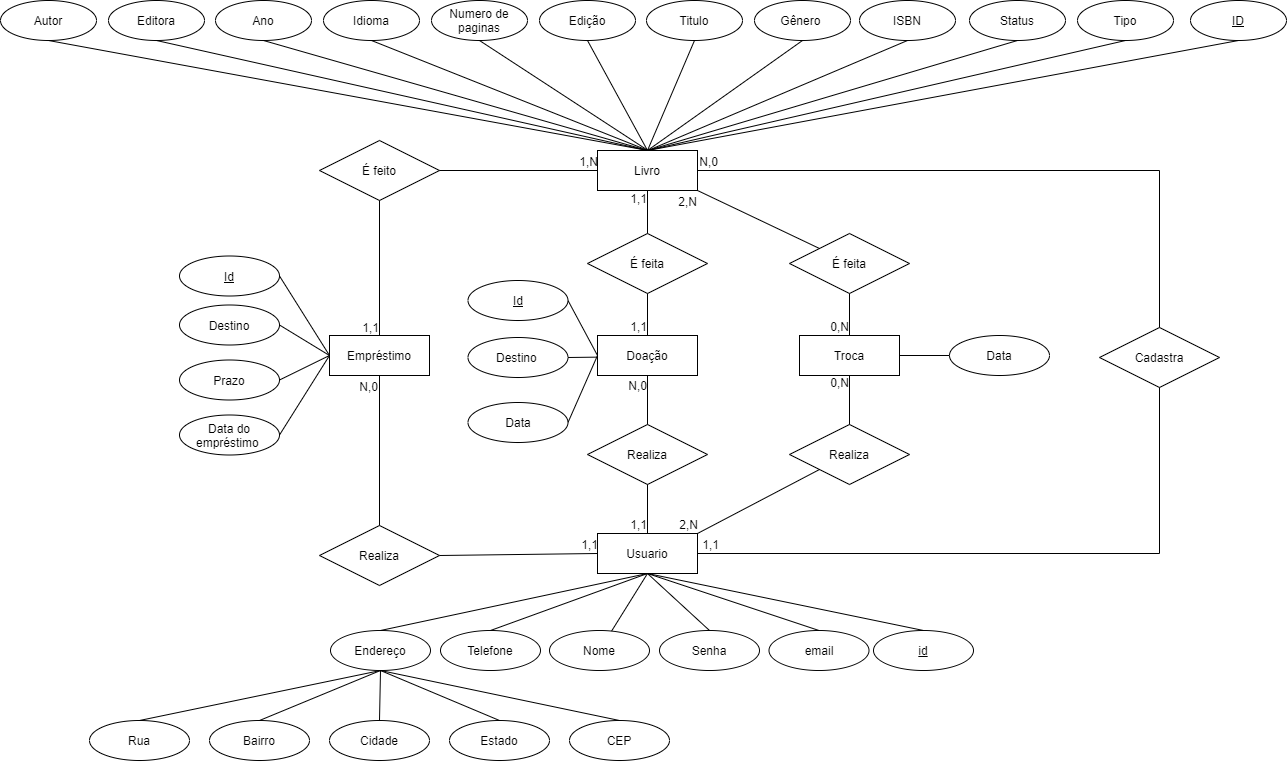
Earlier version of the draw.io export Artefatos/DER WEBOOK.png (RafaelDuarteP/webook). Source tidied: cells renumbered, new cells last; positions are measured from the earlier drawing's top-left corner, leaving out a move shared by most shapes.
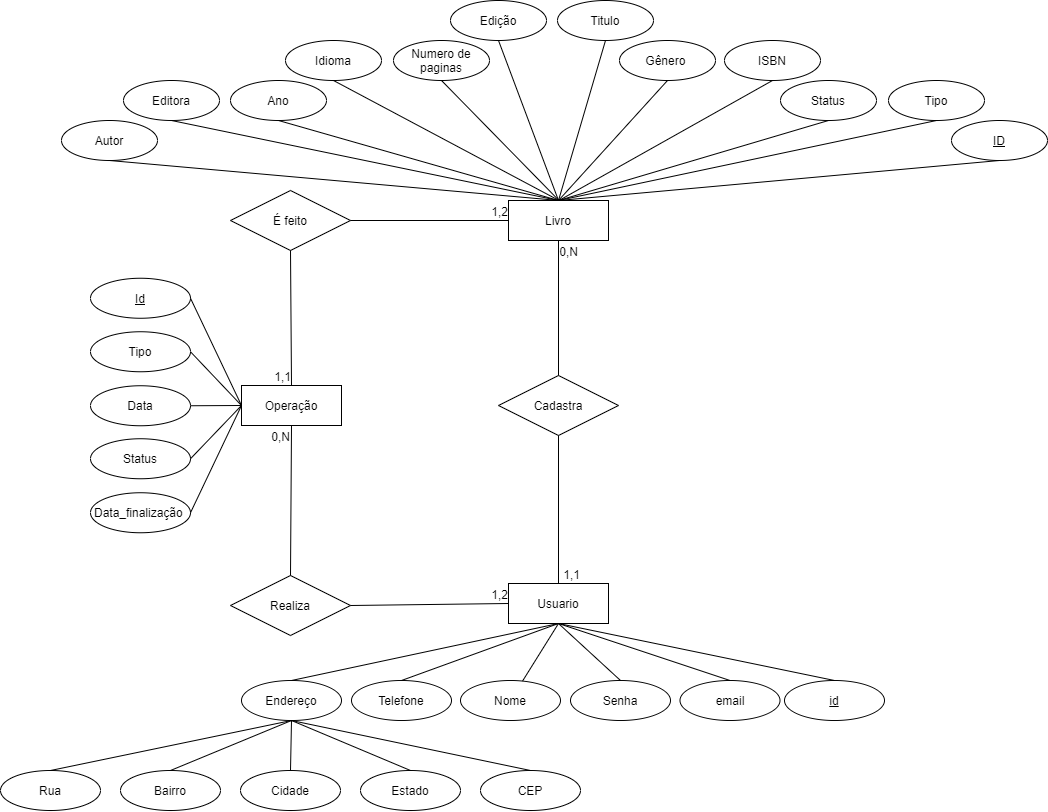
Later version of the same file.

Commit message:
Atualização do DER e do detalhamento das atividades

What changed in the source:
```diff
@@ -5,21 +5,21 @@
     <mxCell id="2" value="Livro" style="whiteSpace=wrap;html=1;align=center;" parent="1" vertex="1">
-      <mxGeometry x="597" y="150" width="100" height="40" as="geometry" />
+      <mxGeometry x="517" y="175" width="100" height="40" as="geometry" />
     </mxCell>
     <mxCell id="3" value="Usuario" style="whiteSpace=wrap;html=1;align=center;" parent="1" vertex="1">
-      <mxGeometry x="597" y="533" width="100" height="40" as="geometry" />
+      <mxGeometry x="517" y="558" width="100" height="40" as="geometry" />
     </mxCell>
     <mxCell id="4" value="Titulo" style="ellipse;whiteSpace=wrap;html=1;align=center;" parent="1" vertex="1">
-      <mxGeometry x="646" width="96" height="40" as="geometry" />
+      <mxGeometry x="566" y="-25" width="96" height="40" as="geometry" />
     </mxCell>
     <mxCell id="5" value="Autor" style="ellipse;whiteSpace=wrap;html=1;align=center;" parent="1" vertex="1">
-      <mxGeometry width="96" height="40" as="geometry" />
+      <mxGeometry x="70" y="95" width="96" height="40" as="geometry" />
     </mxCell>
     <mxCell id="6" value="Editora" style="ellipse;whiteSpace=wrap;html=1;align=center;" parent="1" vertex="1">
-      <mxGeometry x="108" width="96" height="40" as="geometry" />
+      <mxGeometry x="132" y="55" width="96" height="40" as="geometry" />
     </mxCell>
     <mxCell id="7" value="Ano" style="ellipse;whiteSpace=wrap;html=1;align=center;" parent="1" vertex="1">
-      <mxGeometry x="215" width="96" height="40" as="geometry" />
+      <mxGeometry x="239" y="55" width="96" height="40" as="geometry" />
     </mxCell>
     <mxCell id="8" value="Tipo" style="ellipse;whiteSpace=wrap;html=1;align=center;" parent="1" vertex="1">
-      <mxGeometry x="1077" width="96" height="40" as="geometry" />
+      <mxGeometry x="897" y="55" width="96" height="40" as="geometry" />
     </mxCell>
@@ -36,3 +36,3 @@
       <mxGeometry relative="1" as="geometry">
-        <mxPoint x="647.5" y="150" as="sourcePoint" />
+        <mxPoint x="567.5" y="175" as="sourcePoint" />
       </mxGeometry>
@@ -43,3 +43,3 @@
     <mxCell id="14" value="Status" style="ellipse;whiteSpace=wrap;html=1;align=center;" parent="1" vertex="1">
-      <mxGeometry x="969" width="96" height="40" as="geometry" />
+      <mxGeometry x="789" y="55" width="96" height="40" as="geometry" />
     </mxCell>
@@ -49,12 +49,12 @@
     <mxCell id="16" value="Nome" style="ellipse;whiteSpace=wrap;html=1;align=center;flipH=1;flipV=1;" parent="1" vertex="1">
-      <mxGeometry x="549" y="630" width="100" height="40" as="geometry" />
+      <mxGeometry x="469" y="655" width="100" height="40" as="geometry" />
     </mxCell>
     <mxCell id="17" value="Endereço" style="ellipse;whiteSpace=wrap;html=1;align=center;flipH=1;flipV=1;" parent="1" vertex="1">
-      <mxGeometry x="330" y="630" width="100" height="40" as="geometry" />
+      <mxGeometry x="250" y="655" width="100" height="40" as="geometry" />
     </mxCell>
     <mxCell id="18" value="Telefone" style="ellipse;whiteSpace=wrap;html=1;align=center;flipH=1;flipV=1;" parent="1" vertex="1">
-      <mxGeometry x="440" y="630" width="100" height="40" as="geometry" />
+      <mxGeometry x="360" y="655" width="100" height="40" as="geometry" />
     </mxCell>
     <mxCell id="19" value="Senha" style="ellipse;whiteSpace=wrap;html=1;align=center;flipH=1;flipV=1;" parent="1" vertex="1">
-      <mxGeometry x="659" y="630" width="100" height="40" as="geometry" />
+      <mxGeometry x="579" y="655" width="100" height="40" as="geometry" />
     </mxCell>
@@ -73,12 +73,12 @@
     <mxCell id="24" value="Idioma&lt;br&gt;" style="ellipse;whiteSpace=wrap;html=1;align=center;" parent="1" vertex="1">
-      <mxGeometry x="323" width="96" height="40" as="geometry" />
+      <mxGeometry x="294" y="15" width="96" height="40" as="geometry" />
     </mxCell>
     <mxCell id="25" value="Gênero&amp;nbsp;" style="ellipse;whiteSpace=wrap;html=1;align=center;" parent="1" vertex="1">
-      <mxGeometry x="754" width="96" height="40" as="geometry" />
+      <mxGeometry x="628" y="15" width="96" height="40" as="geometry" />
     </mxCell>
     <mxCell id="26" value="Edição" style="ellipse;whiteSpace=wrap;html=1;align=center;" parent="1" vertex="1">
-      <mxGeometry x="539" width="96" height="40" as="geometry" />
+      <mxGeometry x="459" y="-25" width="96" height="40" as="geometry" />
     </mxCell>
     <mxCell id="27" value="Numero de paginas" style="ellipse;whiteSpace=wrap;html=1;align=center;" parent="1" vertex="1">
-      <mxGeometry x="431" width="96" height="40" as="geometry" />
+      <mxGeometry x="402" y="15" width="96" height="40" as="geometry" />
     </mxCell>
@@ -86,3 +86,3 @@
       <mxGeometry relative="1" as="geometry">
-        <mxPoint x="647.5" y="150" as="sourcePoint" />
+        <mxPoint x="567.5" y="175" as="sourcePoint" />
       </mxGeometry>
@@ -91,3 +91,3 @@
       <mxGeometry relative="1" as="geometry">
-        <mxPoint x="647.5" y="150" as="sourcePoint" />
+        <mxPoint x="567.5" y="175" as="sourcePoint" />
       </mxGeometry>
@@ -102,3 +102,3 @@
       <mxGeometry relative="1" as="geometry">
-        <mxPoint x="647.5" y="150" as="sourcePoint" />
+        <mxPoint x="567.5" y="175" as="sourcePoint" />
       </mxGeometry>
@@ -106,22 +106,14 @@
     <mxCell id="33" value="Cadastra" style="shape=rhombus;perimeter=rhombusPerimeter;whiteSpace=wrap;html=1;align=center;" parent="1" vertex="1">
-      <mxGeometry x="1099" y="327" width="120" height="60" as="geometry" />
+      <mxGeometry x="507" y="350" width="120" height="60" as="geometry" />
     </mxCell>
-    <mxCell id="34" style="endArrow=none;html=1;rounded=0;exitX=0.5;exitY=0;exitDx=0;exitDy=0;entryX=1;entryY=0.5;entryDx=0;entryDy=0;" parent="1" edge="1" source="33" target="2">
-      <mxGeometry relative="1" as="geometry">
-        <Array as="points">
-          <mxPoint x="1159" y="170" />
-        </Array>
-      </mxGeometry>
+    <mxCell id="34" style="endArrow=none;html=1;rounded=0;exitX=0.5;exitY=0;exitDx=0;exitDy=0;entryX=0.5;entryY=1;entryDx=0;entryDy=0;" parent="1" edge="1" source="33" target="2">
+      <mxGeometry relative="1" as="geometry" />
     </mxCell>
-    <mxCell id="35" value="N,0" style="html=1;align=right;verticalAlign=bottom;" parent="34" vertex="1">
+    <mxCell id="35" value="0,N" style="html=1;align=right;verticalAlign=bottom;" parent="34" vertex="1">
       <mxGeometry x="1" relative="1" as="geometry">
-        <mxPoint x="20" as="offset" />
+        <mxPoint x="20" y="20" as="offset" />
       </mxGeometry>
     </mxCell>
-    <mxCell id="36" style="endArrow=none;html=1;rounded=0;exitX=0.5;exitY=1;exitDx=0;exitDy=0;entryX=1;entryY=0.5;entryDx=0;entryDy=0;" parent="1" edge="1" source="33" target="3">
-      <mxGeometry relative="1" as="geometry">
-        <Array as="points">
-          <mxPoint x="1159" y="553" />
-        </Array>
-      </mxGeometry>
+    <mxCell id="36" style="endArrow=none;html=1;rounded=0;exitX=0.5;exitY=1;exitDx=0;exitDy=0;entryX=0.5;entryY=0;entryDx=0;entryDy=0;" parent="1" edge="1" source="33" target="3">
+      <mxGeometry relative="1" as="geometry" />
     </mxCell>
@@ -133,3 +125,3 @@
     <mxCell id="38" value="email" style="ellipse;whiteSpace=wrap;html=1;align=center;flipH=1;flipV=1;" parent="1" vertex="1">
-      <mxGeometry x="768.5" y="630" width="100" height="40" as="geometry" />
+      <mxGeometry x="688.5" y="655" width="100" height="40" as="geometry" />
     </mxCell>
@@ -138,37 +130,7 @@
     </mxCell>
-    <mxCell id="40" value="Data" style="ellipse;whiteSpace=wrap;html=1;align=center;" parent="1" vertex="1">
-      <mxGeometry x="467.5" y="402" width="100" height="40" as="geometry" />
-    </mxCell>
-    <mxCell id="41" value="Destino&amp;nbsp;" style="ellipse;whiteSpace=wrap;html=1;align=center;" parent="1" vertex="1">
-      <mxGeometry x="467.5" y="337" width="100" height="40" as="geometry" />
-    </mxCell>
-    <mxCell id="42" value="Data do empréstimo&amp;nbsp;" style="ellipse;whiteSpace=wrap;html=1;align=center;" parent="1" vertex="1">
-      <mxGeometry x="179" y="414.5" width="100" height="40" as="geometry" />
-    </mxCell>
-    <mxCell id="43" value="Prazo" style="ellipse;whiteSpace=wrap;html=1;align=center;" parent="1" vertex="1">
-      <mxGeometry x="179" y="359.5" width="100" height="40" as="geometry" />
-    </mxCell>
-    <mxCell id="44" value="Destino" style="ellipse;whiteSpace=wrap;html=1;align=center;" parent="1" vertex="1">
-      <mxGeometry x="179" y="304.5" width="100" height="40" as="geometry" />
-    </mxCell>
-    <mxCell id="45" style="endArrow=none;html=1;exitX=0;exitY=0.5;exitDx=0;exitDy=0;entryX=1;entryY=0.5;entryDx=0;entryDy=0;" parent="1" edge="1" source="61" target="40">
-      <mxGeometry relative="1" as="geometry" />
-    </mxCell>
-    <mxCell id="46" style="endArrow=none;html=1;entryX=1;entryY=0.5;entryDx=0;entryDy=0;exitX=-0.003;exitY=0.541;exitDx=0;exitDy=0;exitPerimeter=0;" parent="1" edge="1" source="61" target="41">
-      <mxGeometry relative="1" as="geometry" />
-    </mxCell>
-    <mxCell id="47" style="endArrow=none;html=1;entryX=1;entryY=0.5;entryDx=0;entryDy=0;exitX=0;exitY=0.5;exitDx=0;exitDy=0;" parent="1" edge="1" source="50" target="43">
-      <mxGeometry relative="1" as="geometry" />
-    </mxCell>
-    <mxCell id="48" style="endArrow=none;html=1;entryX=1;entryY=0.5;entryDx=0;entryDy=0;exitX=0;exitY=0.5;exitDx=0;exitDy=0;" parent="1" edge="1" source="50" target="44">
-      <mxGeometry relative="1" as="geometry" />
-    </mxCell>
-    <mxCell id="49" style="endArrow=none;html=1;entryX=1;entryY=0.5;entryDx=0;entryDy=0;exitX=0;exitY=0.5;exitDx=0;exitDy=0;" parent="1" edge="1" source="50" target="42">
-      <mxGeometry relative="1" as="geometry" />
-    </mxCell>
-    <mxCell id="50" value="Empréstimo" style="whiteSpace=wrap;html=1;align=center;" parent="1" vertex="1">
-      <mxGeometry x="329" y="335" width="100" height="40" as="geometry" />
+    <mxCell id="50" value="Operação" style="whiteSpace=wrap;html=1;align=center;" parent="1" vertex="1">
+      <mxGeometry x="250" y="360" width="100" height="40" as="geometry" />
     </mxCell>
     <mxCell id="51" value="Realiza" style="shape=rhombus;perimeter=rhombusPerimeter;whiteSpace=wrap;html=1;align=center;" parent="1" vertex="1">
-      <mxGeometry x="319" y="525" width="120" height="60" as="geometry" />
+      <mxGeometry x="239" y="550" width="120" height="60" as="geometry" />
     </mxCell>
@@ -177,3 +139,3 @@
     </mxCell>
-    <mxCell id="53" value="N,0" style="html=1;align=right;verticalAlign=bottom;" parent="52" vertex="1">
+    <mxCell id="53" value="0,N" style="html=1;align=right;verticalAlign=bottom;" parent="52" vertex="1">
       <mxGeometry x="1" relative="1" as="geometry">
@@ -185,3 +147,3 @@
     </mxCell>
-    <mxCell id="55" value="1,1" style="html=1;align=right;verticalAlign=bottom;" parent="54" vertex="1">
+    <mxCell id="55" value="1,2" style="html=1;align=right;verticalAlign=bottom;" parent="54" vertex="1">
       <mxGeometry x="1" relative="1" as="geometry" />
@@ -189,3 +151,3 @@
     <mxCell id="56" value="É feito" style="shape=rhombus;perimeter=rhombusPerimeter;whiteSpace=wrap;html=1;align=center;" parent="1" vertex="1">
-      <mxGeometry x="319" y="140" width="120" height="60" as="geometry" />
+      <mxGeometry x="239" y="165" width="120" height="60" as="geometry" />
     </mxCell>
@@ -194,3 +156,3 @@
     </mxCell>
-    <mxCell id="58" value="1,N" style="html=1;align=right;verticalAlign=bottom;" parent="57" vertex="1">
+    <mxCell id="58" value="1,2" style="html=1;align=right;verticalAlign=bottom;" parent="57" vertex="1">
       <mxGeometry x="1" relative="1" as="geometry" />
@@ -203,56 +165,19 @@
     </mxCell>
-    <mxCell id="61" value="Doação" style="whiteSpace=wrap;html=1;align=center;" parent="1" vertex="1">
-      <mxGeometry x="597" y="335" width="100" height="40" as="geometry" />
-    </mxCell>
-    <mxCell id="62" value="Realiza" style="shape=rhombus;perimeter=rhombusPerimeter;whiteSpace=wrap;html=1;align=center;" parent="1" vertex="1">
-      <mxGeometry x="587" y="424" width="120" height="60" as="geometry" />
-    </mxCell>
-    <mxCell id="63" style="endArrow=none;html=1;rounded=0;exitX=0.5;exitY=1;exitDx=0;exitDy=0;entryX=0.5;entryY=0;entryDx=0;entryDy=0;" parent="1" edge="1" source="62" target="3">
-      <mxGeometry relative="1" as="geometry" />
-    </mxCell>
-    <mxCell id="64" value="1,1" style="html=1;align=right;verticalAlign=bottom;" parent="63" vertex="1">
-      <mxGeometry x="1" relative="1" as="geometry" />
-    </mxCell>
-    <mxCell id="65" style="endArrow=none;html=1;rounded=0;entryX=0.5;entryY=1;entryDx=0;entryDy=0;exitX=0.5;exitY=0;exitDx=0;exitDy=0;" parent="1" edge="1" source="62" target="61">
-      <mxGeometry relative="1" as="geometry" />
-    </mxCell>
-    <mxCell id="66" value="N,0" style="html=1;align=right;verticalAlign=bottom;" parent="65" vertex="1">
-      <mxGeometry x="1" relative="1" as="geometry">
-        <mxPoint y="18" as="offset" />
-      </mxGeometry>
-    </mxCell>
-    <mxCell id="67" value="É feita" style="shape=rhombus;perimeter=rhombusPerimeter;whiteSpace=wrap;html=1;align=center;" parent="1" vertex="1">
-      <mxGeometry x="587" y="233" width="120" height="60" as="geometry" />
-    </mxCell>
-    <mxCell id="68" style="endArrow=none;html=1;rounded=0;exitX=0.5;exitY=0;exitDx=0;exitDy=0;entryX=0.5;entryY=1;entryDx=0;entryDy=0;" parent="1" edge="1" source="67" target="2">
-      <mxGeometry relative="1" as="geometry" />
-    </mxCell>
-    <mxCell id="69" value="1,1" style="html=1;align=right;verticalAlign=bottom;" parent="68" vertex="1">
-      <mxGeometry x="1" relative="1" as="geometry">
-        <mxPoint y="16" as="offset" />
-      </mxGeometry>
-    </mxCell>
-    <mxCell id="70" style="endArrow=none;html=1;rounded=0;exitX=0.5;exitY=1;exitDx=0;exitDy=0;entryX=0.5;entryY=0;entryDx=0;entryDy=0;" parent="1" edge="1" source="67" target="61">
-      <mxGeometry relative="1" as="geometry" />
-    </mxCell>
-    <mxCell id="71" value="1,1" style="html=1;align=right;verticalAlign=bottom;" parent="70" vertex="1">
-      <mxGeometry x="1" relative="1" as="geometry" />
-    </mxCell>
     <mxCell id="72" value="&lt;u&gt;id&lt;/u&gt;" style="ellipse;whiteSpace=wrap;html=1;align=center;flipH=1;flipV=1;" parent="1" vertex="1">
-      <mxGeometry x="873" y="630" width="100" height="40" as="geometry" />
+      <mxGeometry x="793" y="655" width="100" height="40" as="geometry" />
     </mxCell>
     <mxCell id="73" value="Rua" style="ellipse;whiteSpace=wrap;html=1;align=center;" parent="1" vertex="1">
-      <mxGeometry x="89" y="720" width="100" height="40" as="geometry" />
+      <mxGeometry x="9" y="745" width="100" height="40" as="geometry" />
     </mxCell>
     <mxCell id="74" value="Bairro" style="ellipse;whiteSpace=wrap;html=1;align=center;" parent="1" vertex="1">
-      <mxGeometry x="209" y="720" width="100" height="40" as="geometry" />
+      <mxGeometry x="129" y="745" width="100" height="40" as="geometry" />
     </mxCell>
     <mxCell id="75" value="Cidade" style="ellipse;whiteSpace=wrap;html=1;align=center;" parent="1" vertex="1">
-      <mxGeometry x="329" y="720" width="100" height="40" as="geometry" />
+      <mxGeometry x="249" y="745" width="100" height="40" as="geometry" />
     </mxCell>
     <mxCell id="76" value="Estado" style="ellipse;whiteSpace=wrap;html=1;align=center;" parent="1" vertex="1">
-      <mxGeometry x="449" y="720" width="100" height="40" as="geometry" />
+      <mxGeometry x="369" y="745" width="100" height="40" as="geometry" />
     </mxCell>
     <mxCell id="77" value="CEP" style="ellipse;whiteSpace=wrap;html=1;align=center;" parent="1" vertex="1">
-      <mxGeometry x="569" y="720" width="100" height="40" as="geometry" />
+      <mxGeometry x="489" y="745" width="100" height="40" as="geometry" />
     </mxCell>
@@ -276,10 +201,4 @@
     </mxCell>
-    <mxCell id="84" value="&lt;u&gt;Id&lt;/u&gt;" style="ellipse;whiteSpace=wrap;html=1;align=center;" parent="1" vertex="1">
-      <mxGeometry x="467.5" y="280" width="100" height="40" as="geometry" />
-    </mxCell>
-    <mxCell id="85" style="endArrow=none;html=1;entryX=1;entryY=0.5;entryDx=0;entryDy=0;exitX=0;exitY=0.5;exitDx=0;exitDy=0;" parent="1" edge="1" source="61" target="84">
-      <mxGeometry relative="1" as="geometry" />
-    </mxCell>
     <mxCell id="86" value="&lt;u&gt;Id&lt;/u&gt;" style="ellipse;whiteSpace=wrap;html=1;align=center;" parent="1" vertex="1">
-      <mxGeometry x="179" y="255.5" width="100" height="40" as="geometry" />
+      <mxGeometry x="99" y="252.8" width="100" height="40" as="geometry" />
     </mxCell>
@@ -289,3 +208,3 @@
     <mxCell id="88" value="&lt;u&gt;ID&lt;/u&gt;" style="ellipse;whiteSpace=wrap;html=1;align=center;" parent="1" vertex="1">
-      <mxGeometry x="1190" width="96" height="40" as="geometry" />
+      <mxGeometry x="960" y="95" width="96" height="40" as="geometry" />
     </mxCell>
@@ -298,47 +217,28 @@
     <mxCell id="91" value="ISBN" style="ellipse;whiteSpace=wrap;html=1;align=center;" parent="1" vertex="1">
-      <mxGeometry x="859" width="96" height="40" as="geometry" />
+      <mxGeometry x="733" y="15" width="96" height="40" as="geometry" />
     </mxCell>
-    <mxCell id="92" value="Troca" style="whiteSpace=wrap;html=1;align=center;" parent="1" vertex="1">
-      <mxGeometry x="799" y="335" width="100" height="40" as="geometry" />
-    </mxCell>
-    <mxCell id="93" value="Data" style="ellipse;whiteSpace=wrap;html=1;align=center;" parent="1" vertex="1">
-      <mxGeometry x="949" y="335" width="100" height="40" as="geometry" />
-    </mxCell>
-    <mxCell id="94" style="endArrow=none;html=1;entryX=1;entryY=0.5;entryDx=0;entryDy=0;exitX=0;exitY=0.5;exitDx=0;exitDy=0;" parent="1" edge="1" source="93" target="92">
-      <mxGeometry relative="1" as="geometry" />
-    </mxCell>
-    <mxCell id="95" value="É feita" style="shape=rhombus;perimeter=rhombusPerimeter;whiteSpace=wrap;html=1;align=center;" parent="1" vertex="1">
-      <mxGeometry x="789" y="233" width="120" height="60" as="geometry" />
-    </mxCell>
-    <mxCell id="96" value="Realiza" style="shape=rhombus;perimeter=rhombusPerimeter;whiteSpace=wrap;html=1;align=center;" parent="1" vertex="1">
-      <mxGeometry x="789" y="424" width="120" height="60" as="geometry" />
-    </mxCell>
-    <mxCell id="97" style="endArrow=none;html=1;rounded=0;exitX=0;exitY=1;exitDx=0;exitDy=0;entryX=1;entryY=0;entryDx=0;entryDy=0;" parent="1" edge="1" source="96" target="3">
-      <mxGeometry relative="1" as="geometry" />
-    </mxCell>
-    <mxCell id="98" value="2,N" style="html=1;align=right;verticalAlign=bottom;" parent="97" vertex="1">
-      <mxGeometry x="1" relative="1" as="geometry" />
-    </mxCell>
-    <mxCell id="99" style="endArrow=none;html=1;rounded=0;exitX=0;exitY=0;exitDx=0;exitDy=0;entryX=1;entryY=1;entryDx=0;entryDy=0;" parent="1" edge="1" source="95" target="2">
-      <mxGeometry relative="1" as="geometry" />
-    </mxCell>
-    <mxCell id="100" value="2,N" style="html=1;align=right;verticalAlign=bottom;" parent="99" vertex="1">
-      <mxGeometry x="1" relative="1" as="geometry">
-        <mxPoint y="20" as="offset" />
-      </mxGeometry>
-    </mxCell>
-    <mxCell id="101" style="endArrow=none;html=1;rounded=0;exitX=0.5;exitY=0;exitDx=0;exitDy=0;entryX=0.5;entryY=1;entryDx=0;entryDy=0;" parent="1" edge="1" source="96" target="92">
-      <mxGeometry relative="1" as="geometry" />
-    </mxCell>
-    <mxCell id="102" value="0,N" style="html=1;align=right;verticalAlign=bottom;" parent="101" vertex="1">
-      <mxGeometry x="1" relative="1" as="geometry">
-        <mxPoint y="15" as="offset" />
-      </mxGeometry>
-    </mxCell>
-    <mxCell id="103" style="endArrow=none;html=1;rounded=0;exitX=0.5;exitY=1;exitDx=0;exitDy=0;entryX=0.5;entryY=0;entryDx=0;entryDy=0;" parent="1" edge="1" source="95" target="92">
-      <mxGeometry relative="1" as="geometry" />
-    </mxCell>
-    <mxCell id="104" value="0,N" style="html=1;align=right;verticalAlign=bottom;" parent="103" vertex="1">
-      <mxGeometry x="1" relative="1" as="geometry" />
-    </mxCell>
+    <mxCell id="105" value="Tipo" style="ellipse;whiteSpace=wrap;html=1;align=center;" parent="1" vertex="1">
+      <mxGeometry x="99" y="306.2" width="100" height="40" as="geometry" />
+    </mxCell>
+    <mxCell id="106" value="Data" style="ellipse;whiteSpace=wrap;html=1;align=center;" parent="1" vertex="1">
+      <mxGeometry x="99" y="360.2" width="100" height="40" as="geometry" />
+    </mxCell>
+    <mxCell id="107" value="Status" style="ellipse;whiteSpace=wrap;html=1;align=center;" parent="1" vertex="1">
+      <mxGeometry x="99" y="413.2" width="100" height="40" as="geometry" />
+    </mxCell>
+    <mxCell id="108" style="endArrow=none;html=1;entryX=1;entryY=0.5;entryDx=0;entryDy=0;exitX=0;exitY=0.5;exitDx=0;exitDy=0;" parent="1" edge="1" source="50" target="105">
+      <mxGeometry relative="1" as="geometry" />
+    </mxCell>
+    <mxCell id="109" style="endArrow=none;html=1;entryX=1;entryY=0.5;entryDx=0;entryDy=0;exitX=0;exitY=0.5;exitDx=0;exitDy=0;" parent="1" edge="1" source="50" target="106">
+      <mxGeometry relative="1" as="geometry" />
+    </mxCell>
+    <mxCell id="110" style="endArrow=none;html=1;entryX=1;entryY=0.5;entryDx=0;entryDy=0;exitX=0;exitY=0.5;exitDx=0;exitDy=0;" parent="1" edge="1" source="50" target="107">
+      <mxGeometry relative="1" as="geometry" />
+    </mxCell>
+    <mxCell id="111" value="Data_finalização&amp;nbsp;" style="ellipse;whiteSpace=wrap;html=1;align=center;" parent="1" vertex="1">
+      <mxGeometry x="99" y="467.2" width="100" height="40" as="geometry" />
+    </mxCell>
+    <mxCell id="112" style="endArrow=none;html=1;entryX=1;entryY=0.5;entryDx=0;entryDy=0;exitX=0;exitY=0.5;exitDx=0;exitDy=0;" parent="1" edge="1" source="50" target="111">
+      <mxGeometry relative="1" as="geometry" />
+    </mxCell>
   </root>
```
